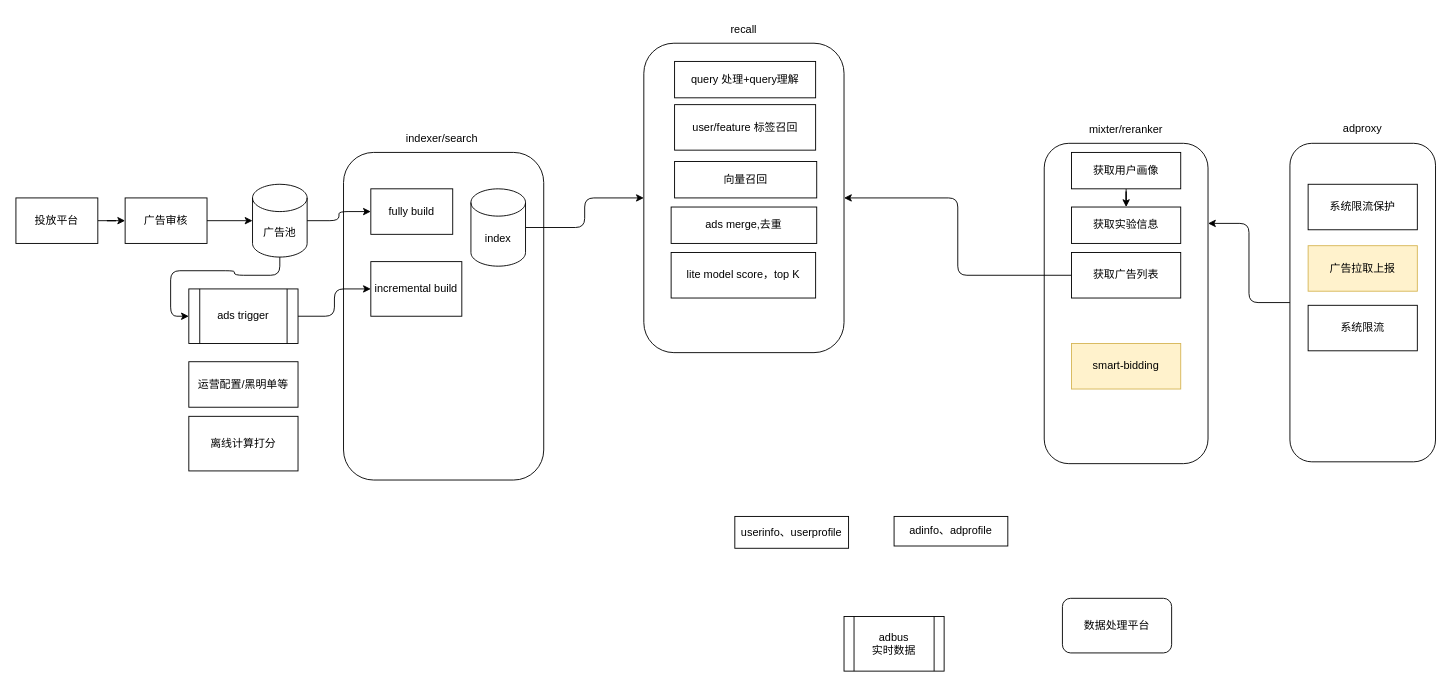
Earlier version of the draw.io diagram source/diagrams/ads.drawio (wxquare/wxquare.github.io). Source tidied: cells renumbered, new cells numbered last; positions are measured from the earlier drawing's top-left corner, leaving out a move shared by most shapes. Both pictures are drawn from the tidied source at 91%, with x=0, y=0 at pixel (15, 15).
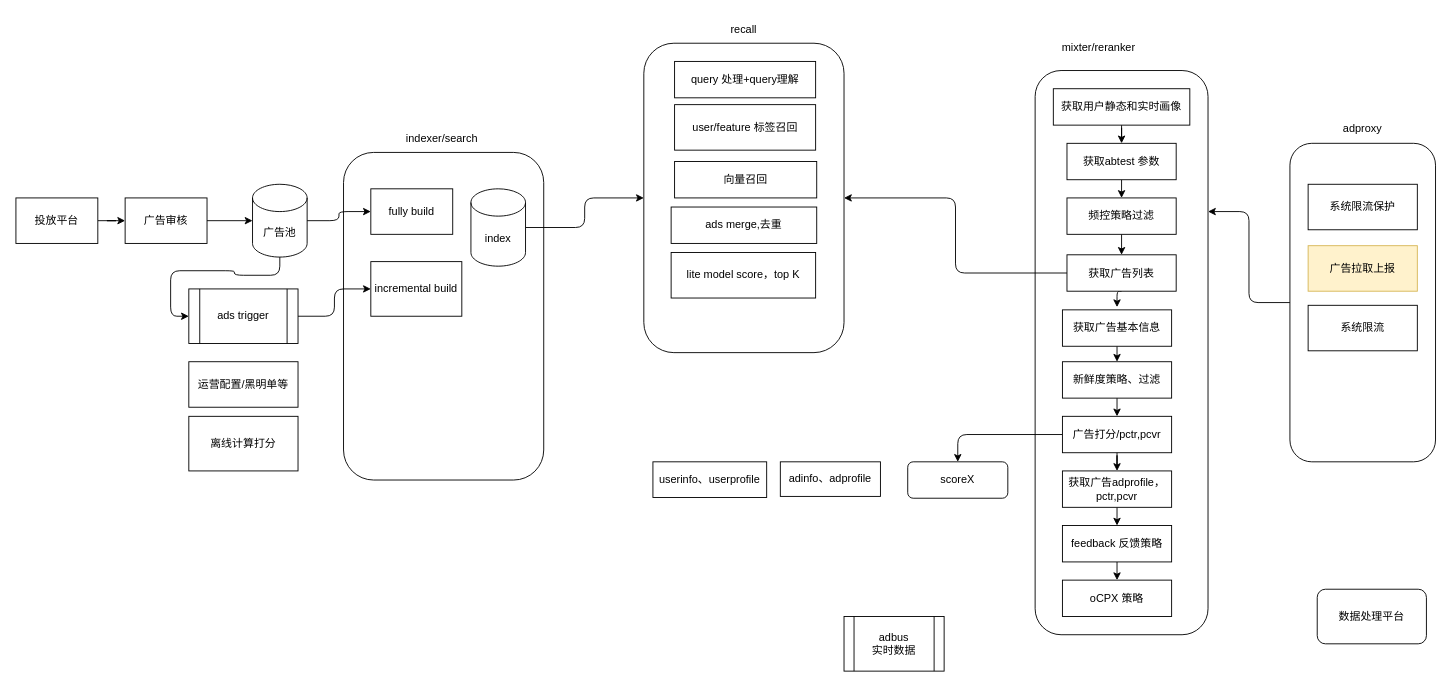
After the change.

Diff of the diagram source:
```diff
@@
     <mxCell id="26" style="rounded=1;whiteSpace=wrap;html=1;" parent="1" vertex="1">
-      <mxGeometry x="1130" y="140" width="180" height="352" as="geometry" />
+      <mxGeometry x="1120" y="60" width="190" height="620" as="geometry" />
     </mxCell>
     <mxCell id="27" value="mixter/reranker" style="text;html=1;strokeColor=none;fillColor=none;align=center;verticalAlign=middle;whiteSpace=wrap;rounded=0;" parent="1" vertex="1">
-      <mxGeometry x="1190" y="110" width="60" height="30" as="geometry" />
+      <mxGeometry x="1160" y="20" width="60" height="30" as="geometry" />
     </mxCell>
@@
+    <mxCell id="44" style="edgeStyle=orthogonalEdgeStyle;rounded=1;jettySize=auto;html=1;exitX=0.5;exitY=1;exitDx=0;exitDy=0;" parent="1" edge="1" source="29">
+      <mxGeometry relative="1" as="geometry">
+        <mxPoint x="1210" y="320" as="targetPoint" />
+      </mxGeometry>
+    </mxCell>
     <mxCell id="29" value="获取广告列表" style="rounded=0;whiteSpace=wrap;html=1;" parent="1" vertex="1">
-      <mxGeometry x="1160" y="260" width="120" height="50" as="geometry" />
+      <mxGeometry x="1155" y="262.5" width="120" height="40" as="geometry" />
     </mxCell>
     <mxCell id="30" value="adinfo、adprofile" style="rounded=0;whiteSpace=wrap;html=1;" parent="1" vertex="1">
-      <mxGeometry x="965" y="550" width="125" height="32.5" as="geometry" />
+      <mxGeometry x="840" y="490" width="110" height="38" as="geometry" />
     </mxCell>
-    <mxCell id="31" value="smart-bidding" style="rounded=0;whiteSpace=wrap;html=1;fillColor=#fff2cc;strokeColor=#d6b656;" parent="1" vertex="1">
-      <mxGeometry x="1160" y="360" width="120" height="50" as="geometry" />
-    </mxCell>
@@
     <mxCell id="33" value="数据处理平台" style="rounded=1;whiteSpace=wrap;html=1;" parent="1" vertex="1">
-      <mxGeometry x="1150" y="640" width="120" height="60" as="geometry" />
+      <mxGeometry x="1430" y="630" width="120" height="60" as="geometry" />
     </mxCell>
     <mxCell id="34" value="userinfo、userprofile" style="rounded=0;whiteSpace=wrap;html=1;" parent="1" vertex="1">
-      <mxGeometry x="790" y="550" width="125" height="35" as="geometry" />
+      <mxGeometry x="700" y="490" width="125" height="39.2" as="geometry" />
     </mxCell>
@@
-    <mxCell id="42" value="获取用户画像" style="rounded=0;whiteSpace=wrap;html=1;" parent="1" vertex="1">
-      <mxGeometry x="1160" y="150" width="120" height="40" as="geometry" />
+    <mxCell id="42" value="获取用户静态和实时画像" style="rounded=0;whiteSpace=wrap;html=1;" parent="1" vertex="1">
+      <mxGeometry x="1140" y="80" width="150" height="40" as="geometry" />
     </mxCell>
+    <mxCell id="45" style="edgeStyle=orthogonalEdgeStyle;rounded=1;jettySize=auto;html=1;exitX=0.5;exitY=1;exitDx=0;exitDy=0;entryX=0.5;entryY=0;entryDx=0;entryDy=0;" parent="1" edge="1" source="43" target="47">
+      <mxGeometry relative="1" as="geometry" />
+    </mxCell>
-    <mxCell id="43" value="获取实验信息" style="rounded=0;whiteSpace=wrap;html=1;" parent="1" vertex="1">
-      <mxGeometry x="1160" y="210" width="120" height="40" as="geometry" />
+    <mxCell id="43" value="获取abtest 参数" style="rounded=0;whiteSpace=wrap;html=1;" parent="1" vertex="1">
+      <mxGeometry x="1155" y="140" width="120" height="40" as="geometry" />
     </mxCell>
+    <mxCell id="46" style="edgeStyle=orthogonalEdgeStyle;rounded=1;jettySize=auto;html=1;exitX=0.5;exitY=1;exitDx=0;exitDy=0;entryX=0.5;entryY=0;entryDx=0;entryDy=0;" parent="1" edge="1" source="47" target="29">
+      <mxGeometry relative="1" as="geometry" />
+    </mxCell>
+    <mxCell id="47" value="频控策略过滤" style="rounded=0;whiteSpace=wrap;html=1;" parent="1" vertex="1">
+      <mxGeometry x="1155" y="200" width="120" height="40" as="geometry" />
+    </mxCell>
+    <mxCell id="48" style="edgeStyle=orthogonalEdgeStyle;rounded=1;jettySize=auto;html=1;exitX=0.5;exitY=1;exitDx=0;exitDy=0;entryX=0.5;entryY=0;entryDx=0;entryDy=0;" parent="1" edge="1" source="49" target="56">
+      <mxGeometry relative="1" as="geometry" />
+    </mxCell>
+    <mxCell id="49" value="获取广告基本信息" style="rounded=0;whiteSpace=wrap;html=1;" parent="1" vertex="1">
+      <mxGeometry x="1150" y="323" width="120" height="40" as="geometry" />
+    </mxCell>
+    <mxCell id="50" value="scoreX" style="rounded=1;whiteSpace=wrap;html=1;" parent="1" vertex="1">
+      <mxGeometry x="980" y="490" width="110" height="40" as="geometry" />
+    </mxCell>
+    <mxCell id="51" style="edgeStyle=orthogonalEdgeStyle;rounded=1;jettySize=auto;html=1;exitX=0.5;exitY=1;exitDx=0;exitDy=0;entryX=0.5;entryY=0;entryDx=0;entryDy=0;" parent="1" edge="1" source="54">
+      <mxGeometry relative="1" as="geometry">
+        <mxPoint x="1210" y="460" as="targetPoint" />
+      </mxGeometry>
+    </mxCell>
+    <mxCell id="52" style="edgeStyle=orthogonalEdgeStyle;rounded=1;jettySize=auto;html=1;exitX=0;exitY=0.5;exitDx=0;exitDy=0;entryX=0.5;entryY=0;entryDx=0;entryDy=0;" parent="1" edge="1" source="54" target="50">
+      <mxGeometry relative="1" as="geometry" />
+    </mxCell>
+    <mxCell id="53" style="edgeStyle=orthogonalEdgeStyle;rounded=1;jettySize=auto;html=1;exitX=0.5;exitY=1;exitDx=0;exitDy=0;" parent="1" edge="1" source="54" target="58">
+      <mxGeometry relative="1" as="geometry" />
+    </mxCell>
+    <mxCell id="54" value="广告打分/pctr,pcvr" style="rounded=0;whiteSpace=wrap;html=1;" parent="1" vertex="1">
+      <mxGeometry x="1150" y="440" width="120" height="40" as="geometry" />
+    </mxCell>
+    <mxCell id="55" style="edgeStyle=orthogonalEdgeStyle;rounded=1;jettySize=auto;html=1;exitX=0.5;exitY=1;exitDx=0;exitDy=0;entryX=0.5;entryY=0;entryDx=0;entryDy=0;" parent="1" edge="1" source="56" target="54">
+      <mxGeometry relative="1" as="geometry" />
+    </mxCell>
+    <mxCell id="56" value="新鲜度策略、过滤" style="rounded=0;whiteSpace=wrap;html=1;" parent="1" vertex="1">
+      <mxGeometry x="1150" y="380" width="120" height="40" as="geometry" />
+    </mxCell>
+    <mxCell id="57" style="edgeStyle=orthogonalEdgeStyle;rounded=1;jettySize=auto;html=1;exitX=0.5;exitY=1;exitDx=0;exitDy=0;entryX=0.5;entryY=0;entryDx=0;entryDy=0;" parent="1" edge="1" source="58" target="60">
+      <mxGeometry relative="1" as="geometry" />
+    </mxCell>
+    <mxCell id="58" value="获取广告adprofile，pctr,pcvr" style="rounded=0;whiteSpace=wrap;html=1;" parent="1" vertex="1">
+      <mxGeometry x="1150" y="500" width="120" height="40" as="geometry" />
+    </mxCell>
+    <mxCell id="59" style="edgeStyle=orthogonalEdgeStyle;rounded=1;jettySize=auto;html=1;exitX=0.5;exitY=1;exitDx=0;exitDy=0;entryX=0.5;entryY=0;entryDx=0;entryDy=0;" parent="1" edge="1" source="60" target="61">
+      <mxGeometry relative="1" as="geometry" />
+    </mxCell>
+    <mxCell id="60" value="feedback 反馈策略" style="rounded=0;whiteSpace=wrap;html=1;" parent="1" vertex="1">
+      <mxGeometry x="1150" y="560" width="120" height="40" as="geometry" />
+    </mxCell>
+    <mxCell id="61" value="oCPX 策略" style="rounded=0;whiteSpace=wrap;html=1;" parent="1" vertex="1">
+      <mxGeometry x="1150" y="620" width="120" height="40" as="geometry" />
+    </mxCell>
```
